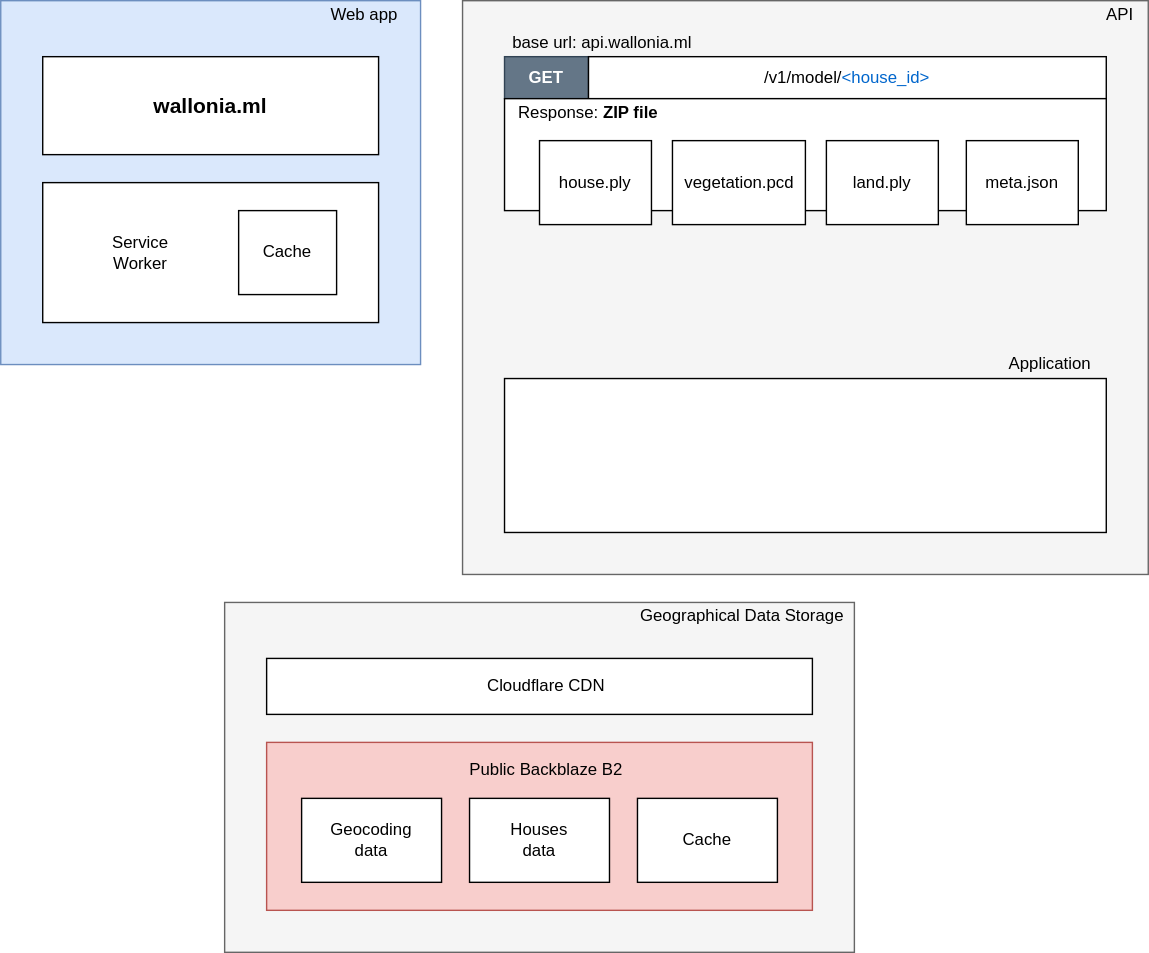
Earlier version of the draw.io export doc/program_structure.svg (Joffreybvn/3D_houses). Source tidied: cells renumbered, new cells last; positions are measured from the earlier drawing's top-left corner, leaving out a move shared by most shapes. Source of this version:
```xml
<mxGraphModel>
  <root>
    <mxCell id="0" />
    <mxCell id="1" parent="0" />
    <mxCell id="2" style="rounded=0;whiteSpace=wrap;html=1;fillColor=#dae8fc;strokeColor=#6c8ebf;" parent="1" vertex="1">
      <mxGeometry width="300" height="260" as="geometry" />
    </mxCell>
    <mxCell id="3" style="rounded=0;whiteSpace=wrap;html=1;fillColor=#f5f5f5;strokeColor=#666666;fontColor=#333333;" parent="1" vertex="1">
      <mxGeometry x="330" width="490" height="410" as="geometry" />
    </mxCell>
    <mxCell id="4" style="rounded=0;whiteSpace=wrap;html=1;fillColor=#f5f5f5;strokeColor=#666666;fontColor=#333333;" parent="1" vertex="1">
      <mxGeometry x="160" y="430" width="450" height="250" as="geometry" />
    </mxCell>
    <mxCell id="5" style="rounded=0;whiteSpace=wrap;html=1;" parent="1" vertex="1">
      <mxGeometry x="190" y="470" width="390" height="40" as="geometry" />
    </mxCell>
    <mxCell id="6" value="Cloudflare CDN" style="text;html=1;strokeColor=none;fillColor=none;align=center;verticalAlign=middle;whiteSpace=wrap;rounded=0;" parent="1" vertex="1">
      <mxGeometry x="290" y="480" width="200" height="20" as="geometry" />
    </mxCell>
    <mxCell id="7" style="rounded=0;whiteSpace=wrap;html=1;fillColor=#f8cecc;strokeColor=#b85450;" parent="1" vertex="1">
      <mxGeometry x="190" y="530" width="390" height="120" as="geometry" />
    </mxCell>
    <mxCell id="8" value="Public Backblaze B2" style="text;html=1;strokeColor=none;fillColor=none;align=center;verticalAlign=middle;whiteSpace=wrap;rounded=0;" parent="1" vertex="1">
      <mxGeometry x="330" y="540" width="120" height="20" as="geometry" />
    </mxCell>
    <mxCell id="9" value="Geographical Data Storage" style="text;html=1;strokeColor=none;fillColor=none;align=center;verticalAlign=middle;whiteSpace=wrap;rounded=0;" parent="1" vertex="1">
      <mxGeometry x="450" y="430" width="160" height="20" as="geometry" />
    </mxCell>
    <mxCell id="10" value="API" style="text;html=1;strokeColor=none;fillColor=none;align=center;verticalAlign=middle;whiteSpace=wrap;rounded=0;" parent="1" vertex="1">
      <mxGeometry x="780" width="40" height="20" as="geometry" />
    </mxCell>
    <mxCell id="11" style="rounded=0;whiteSpace=wrap;html=1;fillColor=#647687;strokeColor=#314354;fontColor=#ffffff;" parent="1" vertex="1">
      <mxGeometry x="360" y="40" width="60" height="30" as="geometry" />
    </mxCell>
    <mxCell id="12" style="rounded=0;whiteSpace=wrap;html=1;" parent="1" vertex="1">
      <mxGeometry x="360" y="270" width="430" height="110" as="geometry" />
    </mxCell>
    <mxCell id="13" value="Application" style="text;html=1;strokeColor=none;fillColor=none;align=center;verticalAlign=middle;whiteSpace=wrap;rounded=0;" parent="1" vertex="1">
      <mxGeometry x="710" y="250" width="80" height="20" as="geometry" />
    </mxCell>
    <mxCell id="14" style="rounded=0;whiteSpace=wrap;html=1;" parent="1" vertex="1">
      <mxGeometry x="335" y="570" width="100" height="60" as="geometry" />
    </mxCell>
    <mxCell id="15" style="rounded=0;whiteSpace=wrap;html=1;" parent="1" vertex="1">
      <mxGeometry x="455" y="570" width="100" height="60" as="geometry" />
    </mxCell>
    <mxCell id="16" value="Houses&lt;br&gt;data" style="text;html=1;strokeColor=none;fillColor=none;align=center;verticalAlign=middle;whiteSpace=wrap;rounded=0;" parent="1" vertex="1">
      <mxGeometry x="365" y="590" width="40" height="20" as="geometry" />
    </mxCell>
    <mxCell id="17" value="Cache" style="text;html=1;strokeColor=none;fillColor=none;align=center;verticalAlign=middle;whiteSpace=wrap;rounded=0;" parent="1" vertex="1">
      <mxGeometry x="485" y="590" width="40" height="20" as="geometry" />
    </mxCell>
    <mxCell id="18" value="&lt;b&gt;&lt;font color=&quot;#ffffff&quot;&gt;GET&lt;/font&gt;&lt;/b&gt;" style="text;html=1;strokeColor=none;fillColor=none;align=center;verticalAlign=middle;whiteSpace=wrap;rounded=0;" parent="1" vertex="1">
      <mxGeometry x="370" y="45" width="40" height="20" as="geometry" />
    </mxCell>
    <mxCell id="19" style="rounded=0;whiteSpace=wrap;html=1;" parent="1" vertex="1">
      <mxGeometry x="420" y="40" width="370" height="30" as="geometry" />
    </mxCell>
    <mxCell id="20" value="/v1/model/&lt;font color=&quot;#0066cc&quot;&gt;&amp;lt;house_id&amp;gt;&lt;/font&gt;" style="text;html=1;strokeColor=none;fillColor=none;align=center;verticalAlign=middle;whiteSpace=wrap;rounded=0;" parent="1" vertex="1">
      <mxGeometry x="420" y="45" width="370" height="20" as="geometry" />
    </mxCell>
    <mxCell id="21" style="rounded=0;whiteSpace=wrap;html=1;" parent="1" vertex="1">
      <mxGeometry x="360" y="70" width="430" height="80" as="geometry" />
    </mxCell>
    <mxCell id="22" value="Response: &lt;b&gt;ZIP file&lt;/b&gt;" style="text;html=1;strokeColor=none;fillColor=none;align=center;verticalAlign=middle;whiteSpace=wrap;rounded=0;" parent="1" vertex="1">
      <mxGeometry x="360" y="70" width="120" height="20" as="geometry" />
    </mxCell>
    <mxCell id="23" value="base url: api.wallonia.ml" style="text;html=1;strokeColor=none;fillColor=none;align=center;verticalAlign=middle;whiteSpace=wrap;rounded=0;" parent="1" vertex="1">
      <mxGeometry x="360" y="20" width="140" height="20" as="geometry" />
    </mxCell>
    <mxCell id="24" value="Web app" style="text;html=1;strokeColor=none;fillColor=none;align=center;verticalAlign=middle;whiteSpace=wrap;rounded=0;" parent="1" vertex="1">
      <mxGeometry x="225" width="70" height="20" as="geometry" />
    </mxCell>
    <mxCell id="25" style="rounded=0;whiteSpace=wrap;html=1;" parent="1" vertex="1">
      <mxGeometry x="30" y="130" width="240" height="100" as="geometry" />
    </mxCell>
    <mxCell id="26" value="Service Worker" style="text;html=1;strokeColor=none;fillColor=none;align=center;verticalAlign=middle;whiteSpace=wrap;rounded=0;" parent="1" vertex="1">
      <mxGeometry x="80" y="170" width="40" height="20" as="geometry" />
    </mxCell>
    <mxCell id="27" style="rounded=0;whiteSpace=wrap;html=1;" parent="1" vertex="1">
      <mxGeometry x="170" y="150" width="70" height="60" as="geometry" />
    </mxCell>
    <mxCell id="28" value="Cache" style="text;html=1;strokeColor=none;fillColor=none;align=center;verticalAlign=middle;whiteSpace=wrap;rounded=0;" parent="1" vertex="1">
      <mxGeometry x="185" y="170" width="40" height="20" as="geometry" />
    </mxCell>
    <mxCell id="29" style="rounded=0;whiteSpace=wrap;html=1;" parent="1" vertex="1">
      <mxGeometry x="30" y="40" width="240" height="70" as="geometry" />
    </mxCell>
    <mxCell id="30" value="&lt;font style=&quot;font-size: 15px&quot;&gt;&lt;b&gt;wallonia.ml&lt;/b&gt;&lt;/font&gt;" style="text;html=1;strokeColor=none;fillColor=none;align=center;verticalAlign=middle;whiteSpace=wrap;rounded=0;" parent="1" vertex="1">
      <mxGeometry x="70" y="65" width="160" height="20" as="geometry" />
    </mxCell>
    <mxCell id="31" style="rounded=0;whiteSpace=wrap;html=1;" parent="1" vertex="1">
      <mxGeometry x="215" y="570" width="100" height="60" as="geometry" />
    </mxCell>
    <mxCell id="32" value="Geocoding&lt;br&gt;data" style="text;html=1;strokeColor=none;fillColor=none;align=center;verticalAlign=middle;whiteSpace=wrap;rounded=0;" parent="1" vertex="1">
      <mxGeometry x="245" y="590" width="40" height="20" as="geometry" />
    </mxCell>
    <mxCell id="33" style="rounded=0;whiteSpace=wrap;html=1;" parent="1" vertex="1">
      <mxGeometry x="385" y="100" width="80" height="60" as="geometry" />
    </mxCell>
    <mxCell id="34" value="house.ply" style="text;html=1;strokeColor=none;fillColor=none;align=center;verticalAlign=middle;whiteSpace=wrap;rounded=0;" parent="1" vertex="1">
      <mxGeometry x="405" y="120" width="40" height="20" as="geometry" />
    </mxCell>
    <mxCell id="35" style="rounded=0;whiteSpace=wrap;html=1;" parent="1" vertex="1">
      <mxGeometry x="480" y="100" width="95" height="60" as="geometry" />
    </mxCell>
    <mxCell id="36" style="rounded=0;whiteSpace=wrap;html=1;" parent="1" vertex="1">
      <mxGeometry x="590" y="100" width="80" height="60" as="geometry" />
    </mxCell>
    <mxCell id="37" style="rounded=0;whiteSpace=wrap;html=1;" parent="1" vertex="1">
      <mxGeometry x="690" y="100" width="80" height="60" as="geometry" />
    </mxCell>
    <mxCell id="38" value="vegetation.pcd" style="text;html=1;strokeColor=none;fillColor=none;align=center;verticalAlign=middle;whiteSpace=wrap;rounded=0;" parent="1" vertex="1">
      <mxGeometry x="507.5" y="120" width="40" height="20" as="geometry" />
    </mxCell>
    <mxCell id="39" value="land.ply" style="text;html=1;strokeColor=none;fillColor=none;align=center;verticalAlign=middle;whiteSpace=wrap;rounded=0;" parent="1" vertex="1">
      <mxGeometry x="610" y="120" width="40" height="20" as="geometry" />
    </mxCell>
    <mxCell id="40" value="meta.json" style="text;html=1;strokeColor=none;fillColor=none;align=center;verticalAlign=middle;whiteSpace=wrap;rounded=0;" parent="1" vertex="1">
      <mxGeometry x="710" y="120" width="40" height="20" as="geometry" />
    </mxCell>
  </root>
</mxGraphModel>
```
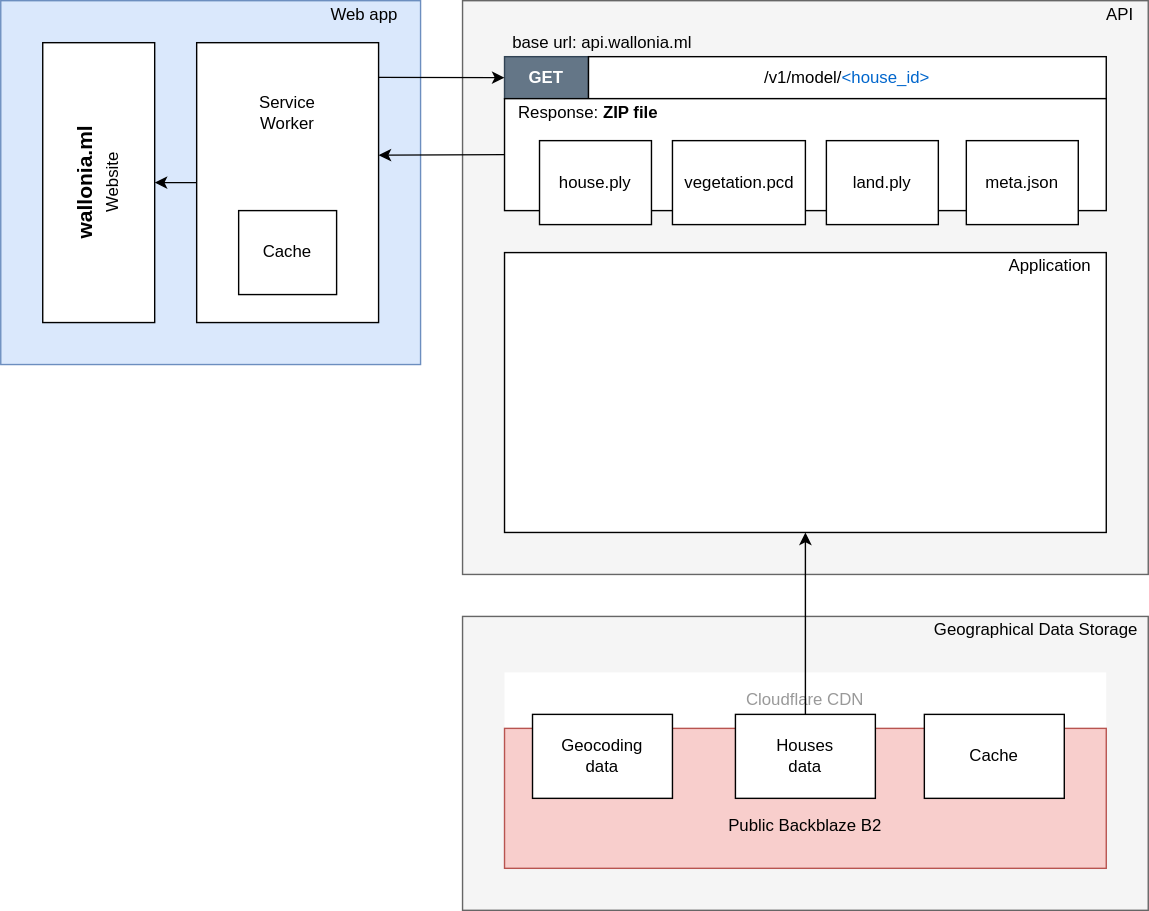
Later version of the same file.

Change to the diagram source:
```diff
@@ -9,22 +9,22 @@
       <mxGeometry x="330" width="490" height="410" as="geometry" />
     </mxCell>
     <mxCell id="4" style="rounded=0;whiteSpace=wrap;html=1;fillColor=#f5f5f5;strokeColor=#666666;fontColor=#333333;" parent="1" vertex="1">
-      <mxGeometry x="160" y="430" width="450" height="250" as="geometry" />
+      <mxGeometry x="330" y="440" width="490" height="210" as="geometry" />
     </mxCell>
-    <mxCell id="5" style="rounded=0;whiteSpace=wrap;html=1;" parent="1" vertex="1">
-      <mxGeometry x="190" y="470" width="390" height="40" as="geometry" />
+    <mxCell id="5" style="rounded=0;whiteSpace=wrap;html=1;strokeColor=none;" parent="1" vertex="1">
+      <mxGeometry x="360" y="480" width="430" height="40" as="geometry" />
     </mxCell>
-    <mxCell id="6" value="Cloudflare CDN" style="text;html=1;strokeColor=none;fillColor=none;align=center;verticalAlign=middle;whiteSpace=wrap;rounded=0;" parent="1" vertex="1">
-      <mxGeometry x="290" y="480" width="200" height="20" as="geometry" />
+    <mxCell id="6" value="&lt;font color=&quot;#999999&quot;&gt;Cloudflare CDN&lt;/font&gt;" style="text;html=1;strokeColor=none;fillColor=none;align=center;verticalAlign=middle;whiteSpace=wrap;rounded=0;" parent="1" vertex="1">
+      <mxGeometry x="360" y="490" width="430" height="20" as="geometry" />
     </mxCell>
     <mxCell id="7" style="rounded=0;whiteSpace=wrap;html=1;fillColor=#f8cecc;strokeColor=#b85450;" parent="1" vertex="1">
-      <mxGeometry x="190" y="530" width="390" height="120" as="geometry" />
+      <mxGeometry x="360" y="520" width="430" height="100" as="geometry" />
     </mxCell>
     <mxCell id="8" value="Public Backblaze B2" style="text;html=1;strokeColor=none;fillColor=none;align=center;verticalAlign=middle;whiteSpace=wrap;rounded=0;" parent="1" vertex="1">
-      <mxGeometry x="330" y="540" width="120" height="20" as="geometry" />
+      <mxGeometry x="515" y="580" width="120" height="20" as="geometry" />
     </mxCell>
     <mxCell id="9" value="Geographical Data Storage" style="text;html=1;strokeColor=none;fillColor=none;align=center;verticalAlign=middle;whiteSpace=wrap;rounded=0;" parent="1" vertex="1">
-      <mxGeometry x="450" y="430" width="160" height="20" as="geometry" />
+      <mxGeometry x="660" y="440" width="160" height="20" as="geometry" />
     </mxCell>
     <mxCell id="10" value="API" style="text;html=1;strokeColor=none;fillColor=none;align=center;verticalAlign=middle;whiteSpace=wrap;rounded=0;" parent="1" vertex="1">
       <mxGeometry x="780" width="40" height="20" as="geometry" />
@@ -33,22 +33,22 @@
       <mxGeometry x="360" y="40" width="60" height="30" as="geometry" />
     </mxCell>
     <mxCell id="12" style="rounded=0;whiteSpace=wrap;html=1;" parent="1" vertex="1">
-      <mxGeometry x="360" y="270" width="430" height="110" as="geometry" />
+      <mxGeometry x="360" y="180" width="430" height="200" as="geometry" />
     </mxCell>
     <mxCell id="13" value="Application" style="text;html=1;strokeColor=none;fillColor=none;align=center;verticalAlign=middle;whiteSpace=wrap;rounded=0;" parent="1" vertex="1">
-      <mxGeometry x="710" y="250" width="80" height="20" as="geometry" />
+      <mxGeometry x="710" y="180" width="80" height="20" as="geometry" />
     </mxCell>
     <mxCell id="14" style="rounded=0;whiteSpace=wrap;html=1;" parent="1" vertex="1">
-      <mxGeometry x="335" y="570" width="100" height="60" as="geometry" />
+      <mxGeometry x="525" y="510" width="100" height="60" as="geometry" />
     </mxCell>
     <mxCell id="15" style="rounded=0;whiteSpace=wrap;html=1;" parent="1" vertex="1">
-      <mxGeometry x="455" y="570" width="100" height="60" as="geometry" />
+      <mxGeometry x="660" y="510" width="100" height="60" as="geometry" />
     </mxCell>
     <mxCell id="16" value="Houses&lt;br&gt;data" style="text;html=1;strokeColor=none;fillColor=none;align=center;verticalAlign=middle;whiteSpace=wrap;rounded=0;" parent="1" vertex="1">
-      <mxGeometry x="365" y="590" width="40" height="20" as="geometry" />
+      <mxGeometry x="555" y="530" width="40" height="20" as="geometry" />
     </mxCell>
     <mxCell id="17" value="Cache" style="text;html=1;strokeColor=none;fillColor=none;align=center;verticalAlign=middle;whiteSpace=wrap;rounded=0;" parent="1" vertex="1">
-      <mxGeometry x="485" y="590" width="40" height="20" as="geometry" />
+      <mxGeometry x="690" y="530" width="40" height="20" as="geometry" />
     </mxCell>
     <mxCell id="18" value="&lt;b&gt;&lt;font color=&quot;#ffffff&quot;&gt;GET&lt;/font&gt;&lt;/b&gt;" style="text;html=1;strokeColor=none;fillColor=none;align=center;verticalAlign=middle;whiteSpace=wrap;rounded=0;" parent="1" vertex="1">
       <mxGeometry x="370" y="45" width="40" height="20" as="geometry" />
@@ -72,10 +72,10 @@
       <mxGeometry x="225" width="70" height="20" as="geometry" />
     </mxCell>
     <mxCell id="25" style="rounded=0;whiteSpace=wrap;html=1;" parent="1" vertex="1">
-      <mxGeometry x="30" y="130" width="240" height="100" as="geometry" />
+      <mxGeometry x="140" y="30" width="130" height="200" as="geometry" />
     </mxCell>
     <mxCell id="26" value="Service Worker" style="text;html=1;strokeColor=none;fillColor=none;align=center;verticalAlign=middle;whiteSpace=wrap;rounded=0;" parent="1" vertex="1">
-      <mxGeometry x="80" y="170" width="40" height="20" as="geometry" />
+      <mxGeometry x="185" y="70" width="40" height="20" as="geometry" />
     </mxCell>
     <mxCell id="27" style="rounded=0;whiteSpace=wrap;html=1;" parent="1" vertex="1">
       <mxGeometry x="170" y="150" width="70" height="60" as="geometry" />
@@ -84,16 +84,16 @@
       <mxGeometry x="185" y="170" width="40" height="20" as="geometry" />
     </mxCell>
     <mxCell id="29" style="rounded=0;whiteSpace=wrap;html=1;" parent="1" vertex="1">
-      <mxGeometry x="30" y="40" width="240" height="70" as="geometry" />
+      <mxGeometry x="30" y="30" width="80" height="200" as="geometry" />
     </mxCell>
-    <mxCell id="30" value="&lt;font style=&quot;font-size: 15px&quot;&gt;&lt;b&gt;wallonia.ml&lt;/b&gt;&lt;/font&gt;" style="text;html=1;strokeColor=none;fillColor=none;align=center;verticalAlign=middle;whiteSpace=wrap;rounded=0;" parent="1" vertex="1">
-      <mxGeometry x="70" y="65" width="160" height="20" as="geometry" />
+    <mxCell id="30" value="&lt;font style=&quot;font-size: 15px&quot;&gt;&lt;b&gt;wallonia.ml&lt;/b&gt;&lt;/font&gt;" style="text;html=1;strokeColor=none;fillColor=none;align=center;verticalAlign=middle;whiteSpace=wrap;rounded=0;rotation=-90;" parent="1" vertex="1">
+      <mxGeometry x="-20" y="120" width="160" height="20" as="geometry" />
     </mxCell>
     <mxCell id="31" style="rounded=0;whiteSpace=wrap;html=1;" parent="1" vertex="1">
-      <mxGeometry x="215" y="570" width="100" height="60" as="geometry" />
+      <mxGeometry x="380" y="510" width="100" height="60" as="geometry" />
     </mxCell>
     <mxCell id="32" value="Geocoding&lt;br&gt;data" style="text;html=1;strokeColor=none;fillColor=none;align=center;verticalAlign=middle;whiteSpace=wrap;rounded=0;" parent="1" vertex="1">
-      <mxGeometry x="245" y="590" width="40" height="20" as="geometry" />
+      <mxGeometry x="410" y="530" width="40" height="20" as="geometry" />
     </mxCell>
     <mxCell id="33" style="rounded=0;whiteSpace=wrap;html=1;" parent="1" vertex="1">
       <mxGeometry x="385" y="100" width="80" height="60" as="geometry" />
@@ -119,5 +119,20 @@
     <mxCell id="40" value="meta.json" style="text;html=1;strokeColor=none;fillColor=none;align=center;verticalAlign=middle;whiteSpace=wrap;rounded=0;" parent="1" vertex="1">
       <mxGeometry x="710" y="120" width="40" height="20" as="geometry" />
     </mxCell>
+    <mxCell id="41" style="endArrow=classic;html=1;exitX=0.5;exitY=0;exitDx=0;exitDy=0;entryX=0.5;entryY=1;entryDx=0;entryDy=0;" parent="1" edge="1" source="14" target="12">
+      <mxGeometry relative="1" as="geometry" />
+    </mxCell>
+    <mxCell id="42" value="Website" style="text;html=1;strokeColor=none;fillColor=none;align=center;verticalAlign=middle;whiteSpace=wrap;rounded=0;rotation=-90;" parent="1" vertex="1">
+      <mxGeometry x="60" y="120" width="40" height="20" as="geometry" />
+    </mxCell>
+    <mxCell id="43" style="endArrow=classic;html=1;exitX=0.998;exitY=0.124;exitDx=0;exitDy=0;exitPerimeter=0;entryX=0;entryY=0.5;entryDx=0;entryDy=0;" parent="1" edge="1" source="25" target="11">
+      <mxGeometry relative="1" as="geometry" />
+    </mxCell>
+    <mxCell id="44" style="endArrow=classic;html=1;exitX=0;exitY=0.5;exitDx=0;exitDy=0;entryX=1;entryY=0.402;entryDx=0;entryDy=0;entryPerimeter=0;" parent="1" edge="1" source="21" target="25">
+      <mxGeometry relative="1" as="geometry" />
+    </mxCell>
+    <mxCell id="45" style="endArrow=classic;html=1;exitX=0;exitY=0.5;exitDx=0;exitDy=0;entryX=1;entryY=0.5;entryDx=0;entryDy=0;" parent="1" edge="1" source="25" target="29">
+      <mxGeometry relative="1" as="geometry" />
+    </mxCell>
   </root>
 </mxGraphModel>
```
